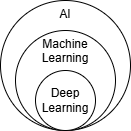
danielsimon4/deep-learning-book keeps this draw.io diagram as deeplearningbook/images/deep-learning.png. Above is the earlier version. Source tidied: cells renumbered, new cells last; positions are measured from the earlier drawing's top-left corner, leaving out a move shared by most shapes.
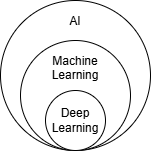
Above is the later version.

What changed in the source:
```diff
@@ -2,14 +2,14 @@
   <root>
     <mxCell id="0" />
     <mxCell id="1" parent="0" />
-    <mxCell id="2" value="AI" style="ellipse;whiteSpace=wrap;html=1;verticalAlign=top;" parent="1" vertex="1">
-      <mxGeometry width="130" height="130" as="geometry" />
+    <mxCell id="2" value="AI" style="ellipse;whiteSpace=wrap;html=1;verticalAlign=top;spacing=9;" parent="1" vertex="1">
+      <mxGeometry x="185" y="-20" width="150" height="150" as="geometry" />
     </mxCell>
-    <mxCell id="3" value="Machine&lt;div&gt;Learning&lt;/div&gt;" style="ellipse;whiteSpace=wrap;html=1;verticalAlign=top;" parent="1" vertex="1">
-      <mxGeometry x="15" y="30" width="100" height="100" as="geometry" />
+    <mxCell id="3" value="Machine&lt;div&gt;Learning&lt;/div&gt;" style="ellipse;whiteSpace=wrap;html=1;verticalAlign=top;spacing=9;" parent="1" vertex="1">
+      <mxGeometry x="205" y="20" width="110" height="110" as="geometry" />
     </mxCell>
     <mxCell id="4" value="Deep&lt;div&gt;Learning&lt;/div&gt;" style="ellipse;whiteSpace=wrap;html=1;" parent="1" vertex="1">
-      <mxGeometry x="35" y="70" width="60" height="60" as="geometry" />
+      <mxGeometry x="230" y="70" width="60" height="60" as="geometry" />
     </mxCell>
   </root>
 </mxGraphModel>
```
